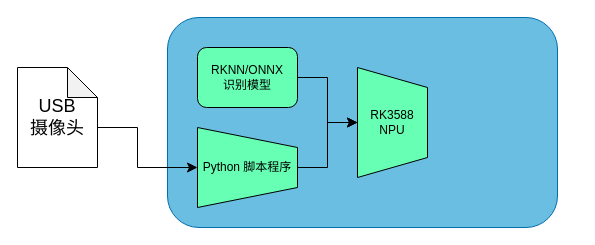
Earlier version of the draw.io diagram 流程图.drawio (xiaoaoxuan/ZZ_SAiXD). Source tidied: cells renumbered, new cells numbered last; positions are measured from the earlier drawing's top-left corner, leaving out a move shared by most shapes. Both pictures are drawn from the tidied source at 100%, with x=0, y=0 at pixel (17, 17).
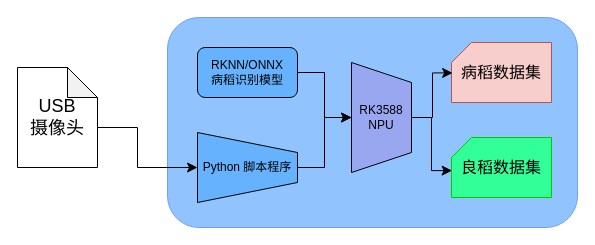
Above is the later version.

Commit message:
更新流程图.drawio

Change to the diagram source:
```diff
@@
 <mxGraphModel>
   <root>
     <mxCell id="0" />
     <mxCell id="1" parent="0" />
     <mxCell id="2" value="&lt;font style=&quot;font-size: 18px;&quot;&gt;USB&lt;br&gt;摄像头&lt;/font&gt;" style="shape=note;whiteSpace=wrap;html=1;backgroundOutline=1;darkOpacity=0.05;" parent="1" vertex="1">
       <mxGeometry y="50" width="80" height="100" as="geometry" />
     </mxCell>
-    <mxCell id="3" style="rounded=1;whiteSpace=wrap;html=1;fillColor=#6ABEE2;fontColor=#ffffff;strokeColor=#006EAF;" parent="1" vertex="1">
-      <mxGeometry x="150" width="390" height="210" as="geometry" />
+    <mxCell id="3" style="rounded=1;whiteSpace=wrap;html=1;fillColor=#91C4FF;fontColor=#ffffff;strokeColor=#709FFF;" parent="1" vertex="1">
+      <mxGeometry x="150" width="410" height="210" as="geometry" />
     </mxCell>
     <mxCell id="4" style="edgeStyle=elbowEdgeStyle;elbow=horizontal;endArrow=classic;html=1;curved=0;rounded=0;endSize=8;startSize=8;entryX=0.5;entryY=1;entryDx=0;entryDy=0;" parent="1" edge="1" target="5">
       <mxGeometry relative="1" as="geometry">
         <mxPoint x="80" y="110" as="sourcePoint" />
         <Array as="points">
           <mxPoint x="120" y="130" />
           <mxPoint x="110" y="135" />
         </Array>
       </mxGeometry>
     </mxCell>
-    <mxCell id="5" value="Python 脚本程序" style="shape=trapezoid;perimeter=trapezoidPerimeter;whiteSpace=wrap;html=1;shapeInside=1;fixedSize=1;rotation=90;fillColor=#66FFB3;horizontal=0;" parent="1" vertex="1">
-      <mxGeometry x="190" y="100" width="80" height="100" as="geometry" />
+    <mxCell id="5" value="Python 脚本程序" style="shape=trapezoid;perimeter=trapezoidPerimeter;whiteSpace=wrap;html=1;shapeInside=1;fixedSize=1;rotation=90;fillColor=#66B2FF;horizontal=0;" parent="1" vertex="1">
+      <mxGeometry x="195" y="100" width="70" height="100" as="geometry" />
     </mxCell>
-    <mxCell id="6" value="&lt;div&gt;RKNN/ONNX&lt;/div&gt;&lt;div&gt;识别模型&lt;/div&gt;" style="rounded=1;whiteSpace=wrap;html=1;strokeColor=default;align=center;verticalAlign=middle;fontFamily=Helvetica;fontSize=12;fontColor=default;fillColor=#66FFB3;" parent="1" vertex="1">
-      <mxGeometry x="180" y="30" width="100" height="60" as="geometry" />
+    <mxCell id="6" value="&lt;div&gt;RKNN/ONNX&lt;/div&gt;&lt;div&gt;病稻识别模型&lt;/div&gt;" style="rounded=1;whiteSpace=wrap;html=1;strokeColor=default;align=center;verticalAlign=middle;fontFamily=Helvetica;fontSize=12;fontColor=default;fillColor=#66B2FF;" parent="1" vertex="1">
+      <mxGeometry x="180" y="30" width="100" height="50" as="geometry" />
     </mxCell>
-    <mxCell id="7" value="&lt;div&gt;RK3588&lt;/div&gt;&lt;div&gt;NPU&lt;/div&gt;" style="shape=trapezoid;perimeter=trapezoidPerimeter;whiteSpace=wrap;html=1;shapeInside=1;fixedSize=1;rotation=90;fillColor=#66FFB3;horizontal=0;" parent="1" vertex="1">
-      <mxGeometry x="320" y="70" width="110" height="70" as="geometry" />
+    <mxCell id="7" value="&lt;div&gt;RK3588&lt;/div&gt;&lt;div&gt;NPU&lt;/div&gt;" style="shape=trapezoid;perimeter=trapezoidPerimeter;whiteSpace=wrap;html=1;shapeInside=1;fixedSize=1;rotation=90;fillColor=#98A7EF;horizontal=0;" parent="1" vertex="1">
+      <mxGeometry x="309" y="70" width="110" height="60" as="geometry" />
     </mxCell>
     <mxCell id="8" style="edgeStyle=elbowEdgeStyle;elbow=horizontal;endArrow=classic;html=1;curved=0;rounded=0;endSize=8;startSize=8;exitX=0.5;exitY=0;exitDx=0;exitDy=0;entryX=0.5;entryY=1;entryDx=0;entryDy=0;" parent="1" edge="1" source="5" target="7">
       <mxGeometry relative="1" as="geometry" />
     </mxCell>
     <mxCell id="9" style="edgeStyle=elbowEdgeStyle;elbow=horizontal;endArrow=classic;html=1;curved=0;rounded=0;endSize=8;startSize=8;exitX=1;exitY=0.5;exitDx=0;exitDy=0;entryX=0.5;entryY=1;entryDx=0;entryDy=0;" parent="1" edge="1" source="6" target="7">
       <mxGeometry relative="1" as="geometry" />
     </mxCell>
+    <mxCell id="10" value="&lt;div&gt;&lt;br&gt;&lt;/div&gt;" style="verticalLabelPosition=bottom;verticalAlign=top;html=1;shape=card;whiteSpace=wrap;size=20;arcSize=12;fillColor=#f8cecc;strokeColor=#b85450;horizontal=1;align=center;" parent="1" vertex="1">
+      <mxGeometry x="434" y="25" width="100" height="60" as="geometry" />
+    </mxCell>
+    <mxCell id="11" style="verticalLabelPosition=bottom;verticalAlign=top;html=1;shape=card;whiteSpace=wrap;size=20;arcSize=12;fillColor=#33FF99;strokeColor=#00CC00;" parent="1" vertex="1">
+      <mxGeometry x="434" y="120" width="100" height="60" as="geometry" />
+    </mxCell>
+    <mxCell id="12" value="病稻数据集" style="text;html=1;whiteSpace=wrap;strokeColor=none;fillColor=none;align=center;verticalAlign=middle;rounded=0;fontSize=16;" parent="1" vertex="1">
+      <mxGeometry x="438" y="35" width="92" height="40" as="geometry" />
+    </mxCell>
+    <mxCell id="13" value="良稻数据集" style="text;html=1;whiteSpace=wrap;strokeColor=none;fillColor=none;align=center;verticalAlign=middle;rounded=0;fontSize=16;" parent="1" vertex="1">
+      <mxGeometry x="438" y="130" width="92" height="40" as="geometry" />
+    </mxCell>
+    <mxCell id="14" style="edgeStyle=elbowEdgeStyle;elbow=horizontal;endArrow=classic;html=1;curved=0;rounded=0;endSize=8;startSize=8;exitX=0.5;exitY=0;exitDx=0;exitDy=0;entryX=0.006;entryY=0.552;entryDx=0;entryDy=0;entryPerimeter=0;" parent="1" edge="1" source="7" target="11">
+      <mxGeometry relative="1" as="geometry" />
+    </mxCell>
+    <mxCell id="15" style="edgeStyle=elbowEdgeStyle;elbow=horizontal;endArrow=classic;html=1;curved=0;rounded=0;endSize=8;startSize=8;exitX=0.5;exitY=0;exitDx=0;exitDy=0;entryX=0.011;entryY=0.507;entryDx=0;entryDy=0;entryPerimeter=0;" parent="1" edge="1" source="7" target="10">
+      <mxGeometry relative="1" as="geometry" />
+    </mxCell>
   </root>
 </mxGraphModel>
```
